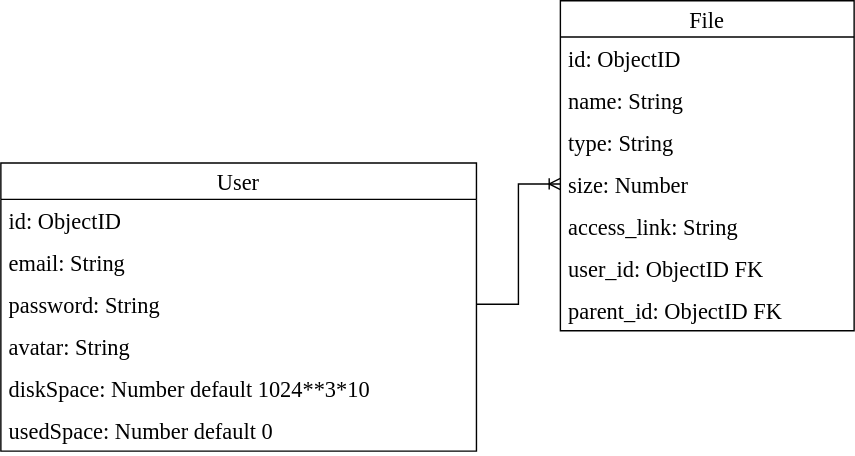
Above: CloudStorageDiagram.drawio.svg in sergeimurin29/Cloud-Storage (draw.io), before the change. Source tidied: cells renumbered, new cells last; positions are measured from the earlier drawing's top-left corner, leaving out a move shared by most shapes. The source it was exported from:
```xml
<mxGraphModel>
  <root>
    <mxCell id="0" />
    <mxCell id="1" parent="0" />
    <mxCell id="2" value="User" style="swimlane;fontStyle=0;horizontal=1;startSize=26;align=center;fontSize=16;fontFamily=Verdana;" parent="1" vertex="1">
      <mxGeometry y="116" width="340" height="206" as="geometry" />
    </mxCell>
    <mxCell id="3" value="id: ObjectID&#10;" style="text;strokeColor=none;fillColor=none;spacingLeft=4;spacingRight=4;overflow=hidden;fontSize=16;fontFamily=Verdana;" parent="2" vertex="1">
      <mxGeometry y="26" width="340" height="30" as="geometry" />
    </mxCell>
    <mxCell id="4" value="email: String" style="text;strokeColor=none;fillColor=none;spacingLeft=4;spacingRight=4;overflow=hidden;fontSize=16;fontFamily=Verdana;" parent="2" vertex="1">
      <mxGeometry y="56" width="340" height="30" as="geometry" />
    </mxCell>
    <mxCell id="5" value="password: String&#10;" style="text;strokeColor=none;fillColor=none;spacingLeft=4;spacingRight=4;overflow=hidden;points=[[0,0.5],[1,0.5]];portConstraint=eastwest;fontSize=16;fontFamily=Verdana;" parent="2" vertex="1">
      <mxGeometry y="86" width="340" height="30" as="geometry" />
    </mxCell>
    <mxCell id="6" value="avatar: String" style="text;strokeColor=none;fillColor=none;spacingLeft=4;spacingRight=4;overflow=hidden;fontSize=16;fontFamily=Verdana;" parent="2" vertex="1">
      <mxGeometry y="116" width="340" height="30" as="geometry" />
    </mxCell>
    <mxCell id="7" value="diskSpace: Number default 1024**3*10&#10;" style="text;strokeColor=none;fillColor=none;spacingLeft=4;spacingRight=4;overflow=hidden;fontSize=16;fontFamily=Verdana;" parent="2" vertex="1">
      <mxGeometry y="146" width="340" height="30" as="geometry" />
    </mxCell>
    <mxCell id="8" value="usedSpace: Number default 0&#10;&#10;" style="text;strokeColor=none;fillColor=none;spacingLeft=4;spacingRight=4;overflow=hidden;fontSize=16;fontFamily=Verdana;" parent="2" vertex="1">
      <mxGeometry y="176" width="340" height="30" as="geometry" />
    </mxCell>
    <mxCell id="9" value="File" style="swimlane;fontStyle=0;horizontal=1;startSize=26;align=center;fontSize=16;fontFamily=Verdana;labelBackgroundColor=none;labelBorderColor=none;" parent="1" vertex="1">
      <mxGeometry x="400" width="210" height="236" as="geometry" />
    </mxCell>
    <mxCell id="10" value="id: ObjectID" style="text;strokeColor=none;fillColor=none;spacingLeft=4;spacingRight=4;overflow=hidden;fontSize=16;fontFamily=Verdana;labelBackgroundColor=none;" parent="9" vertex="1">
      <mxGeometry y="26" width="210" height="30" as="geometry" />
    </mxCell>
    <mxCell id="11" value="name: String" style="text;strokeColor=none;fillColor=none;spacingLeft=4;spacingRight=4;overflow=hidden;fontSize=16;fontFamily=Verdana;labelBackgroundColor=none;" parent="9" vertex="1">
      <mxGeometry y="56" width="210" height="30" as="geometry" />
    </mxCell>
    <mxCell id="12" value="type: String&#10;" style="text;strokeColor=none;fillColor=none;spacingLeft=4;spacingRight=4;overflow=hidden;fontSize=16;fontFamily=Verdana;labelBackgroundColor=none;" parent="9" vertex="1">
      <mxGeometry y="86" width="210" height="30" as="geometry" />
    </mxCell>
    <mxCell id="13" value="size: Number" style="text;strokeColor=none;fillColor=none;spacingLeft=4;spacingRight=4;overflow=hidden;points=[[0,0.5],[1,0.5]];portConstraint=eastwest;fontSize=16;fontFamily=Verdana;labelBackgroundColor=none;" parent="9" vertex="1">
      <mxGeometry y="116" width="210" height="30" as="geometry" />
    </mxCell>
    <mxCell id="14" value="access_link: String" style="text;strokeColor=none;fillColor=none;spacingLeft=4;spacingRight=4;overflow=hidden;fontSize=16;fontFamily=Verdana;labelBackgroundColor=none;" parent="9" vertex="1">
      <mxGeometry y="146" width="210" height="30" as="geometry" />
    </mxCell>
    <mxCell id="15" value="user_id: ObjectID FK" style="text;strokeColor=none;fillColor=none;spacingLeft=4;spacingRight=4;overflow=hidden;fontSize=16;fontFamily=Verdana;labelBackgroundColor=none;" parent="9" vertex="1">
      <mxGeometry y="176" width="210" height="30" as="geometry" />
    </mxCell>
    <mxCell id="16" value="parent_id: ObjectID FK" style="text;strokeColor=none;fillColor=none;spacingLeft=4;spacingRight=4;overflow=hidden;fontSize=16;fontFamily=Verdana;labelBackgroundColor=none;" parent="9" vertex="1">
      <mxGeometry y="206" width="210" height="30" as="geometry" />
    </mxCell>
    <mxCell id="17" style="edgeStyle=entityRelationEdgeStyle;fontSize=12;html=1;endArrow=ERoneToMany;rounded=0;fontFamily=Verdana;entryX=0;entryY=0.5;entryDx=0;entryDy=0;exitX=1;exitY=0.5;exitDx=0;exitDy=0;" parent="1" edge="1" source="5" target="13">
      <mxGeometry relative="1" as="geometry" />
    </mxCell>
  </root>
</mxGraphModel>
```
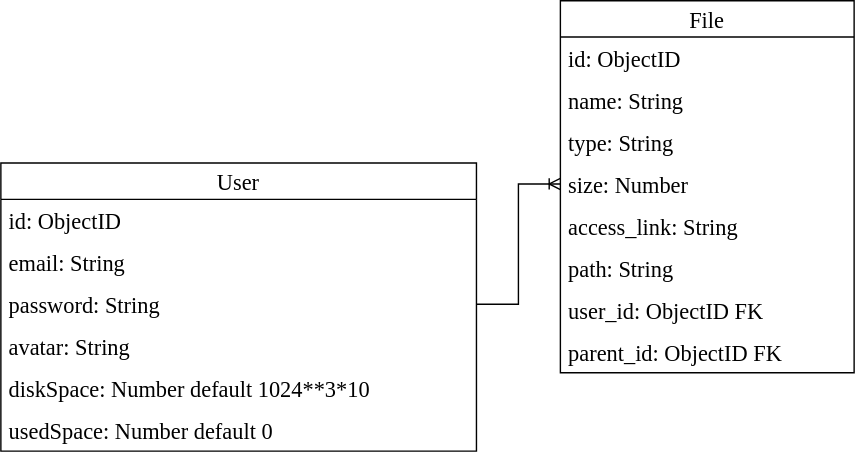
The same diagram one commit later.

What changed in the source:
```diff
@@ -24,7 +24,7 @@
       <mxGeometry y="176" width="340" height="30" as="geometry" />
     </mxCell>
     <mxCell id="9" value="File" style="swimlane;fontStyle=0;horizontal=1;startSize=26;align=center;fontSize=16;fontFamily=Verdana;labelBackgroundColor=none;labelBorderColor=none;" parent="1" vertex="1">
-      <mxGeometry x="400" width="210" height="236" as="geometry" />
+      <mxGeometry x="400" width="210" height="266" as="geometry" />
     </mxCell>
     <mxCell id="10" value="id: ObjectID" style="text;strokeColor=none;fillColor=none;spacingLeft=4;spacingRight=4;overflow=hidden;fontSize=16;fontFamily=Verdana;labelBackgroundColor=none;" parent="9" vertex="1">
       <mxGeometry y="26" width="210" height="30" as="geometry" />
@@ -41,11 +41,14 @@
     <mxCell id="14" value="access_link: String" style="text;strokeColor=none;fillColor=none;spacingLeft=4;spacingRight=4;overflow=hidden;fontSize=16;fontFamily=Verdana;labelBackgroundColor=none;" parent="9" vertex="1">
       <mxGeometry y="146" width="210" height="30" as="geometry" />
     </mxCell>
+    <mxCell id="18" value="path: String" style="text;strokeColor=none;fillColor=none;spacingLeft=4;spacingRight=4;overflow=hidden;fontSize=16;fontFamily=Verdana;labelBackgroundColor=none;" parent="9" vertex="1">
+      <mxGeometry y="176" width="210" height="30" as="geometry" />
+    </mxCell>
     <mxCell id="15" value="user_id: ObjectID FK" style="text;strokeColor=none;fillColor=none;spacingLeft=4;spacingRight=4;overflow=hidden;fontSize=16;fontFamily=Verdana;labelBackgroundColor=none;" parent="9" vertex="1">
-      <mxGeometry y="176" width="210" height="30" as="geometry" />
+      <mxGeometry y="206" width="210" height="30" as="geometry" />
     </mxCell>
     <mxCell id="16" value="parent_id: ObjectID FK" style="text;strokeColor=none;fillColor=none;spacingLeft=4;spacingRight=4;overflow=hidden;fontSize=16;fontFamily=Verdana;labelBackgroundColor=none;" parent="9" vertex="1">
-      <mxGeometry y="206" width="210" height="30" as="geometry" />
+      <mxGeometry y="236" width="210" height="30" as="geometry" />
     </mxCell>
     <mxCell id="17" style="edgeStyle=entityRelationEdgeStyle;fontSize=12;html=1;endArrow=ERoneToMany;rounded=0;fontFamily=Verdana;entryX=0;entryY=0.5;entryDx=0;entryDy=0;exitX=1;exitY=0.5;exitDx=0;exitDy=0;" parent="1" edge="1" source="5" target="13">
       <mxGeometry relative="1" as="geometry" />
```
